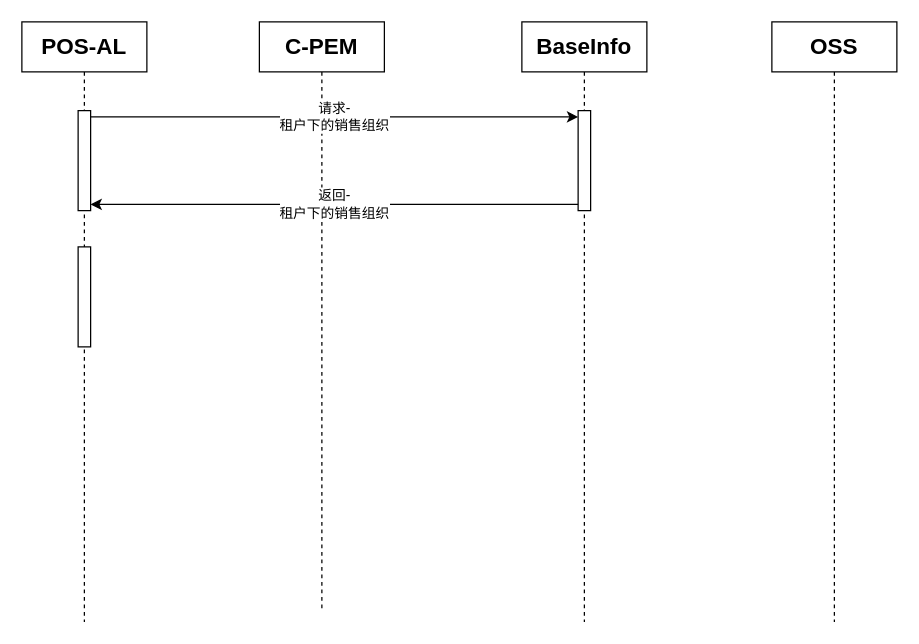
This is page "offline_cashier_timing_diagram" (18 of 23) of authz/Omini-Store.drawio from jackie-thank/beego-authz, a draw.io file, before an edit. Source tidied: cells renumbered, new cells numbered last; positions are measured from the earlier drawing's top-left corner, leaving out a move shared by most shapes. Both pictures are drawn from the tidied source at 125%, with x=0, y=0 at pixel (21, 21).
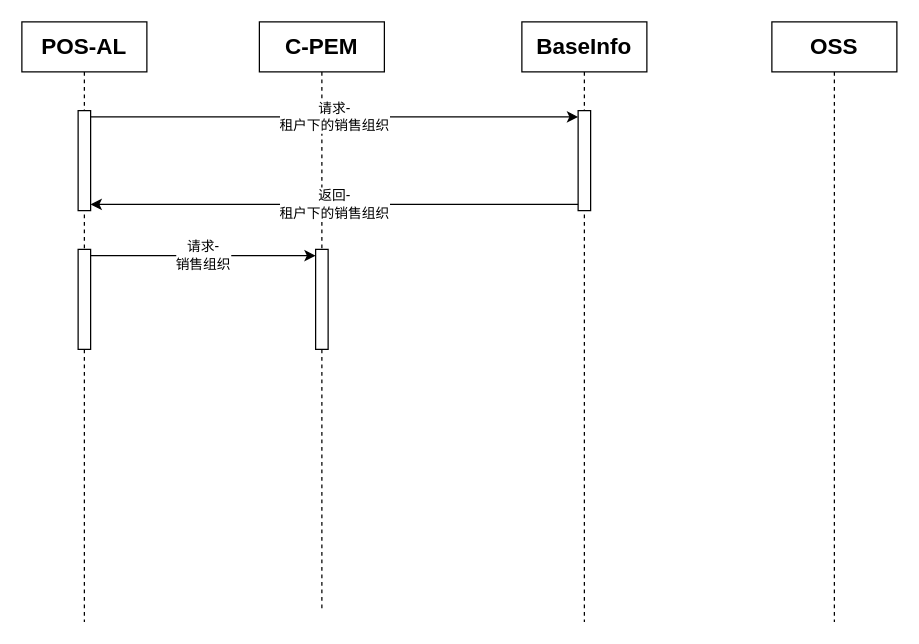
After the change.

Diff of the diagram source:
```diff
@@
 <mxGraphModel>
   <root>
     <mxCell id="0" />
     <mxCell id="1" parent="0" />
     <mxCell id="2" value="POS-AL" style="shape=umlLifeline;perimeter=lifelinePerimeter;whiteSpace=wrap;html=1;newEdgeStyle={&quot;curved&quot;:0,&quot;rounded&quot;:0};fontSize=18;fontStyle=1;" parent="1" vertex="1">
       <mxGeometry width="100" height="480" as="geometry" />
     </mxCell>
     <mxCell id="3" style="html=1;points=[[0,0,0,0,5],[0,1,0,0,-5],[1,0,0,0,5],[1,1,0,0,-5]];perimeter=orthogonalPerimeter;outlineConnect=0;targetShapes=umlLifeline;portConstraint=eastwest;newEdgeStyle={&quot;curved&quot;:0,&quot;rounded&quot;:0};" parent="2" vertex="1">
       <mxGeometry x="45" y="71" width="10" height="80" as="geometry" />
     </mxCell>
     <mxCell id="4" style="html=1;points=[[0,0,0,0,5],[0,1,0,0,-5],[1,0,0,0,5],[1,1,0,0,-5]];perimeter=orthogonalPerimeter;outlineConnect=0;targetShapes=umlLifeline;portConstraint=eastwest;newEdgeStyle={&quot;curved&quot;:0,&quot;rounded&quot;:0};" parent="2" vertex="1">
-      <mxGeometry x="45" y="180" width="10" height="80" as="geometry" />
+      <mxGeometry x="45" y="182" width="10" height="80" as="geometry" />
     </mxCell>
     <mxCell id="5" value="C-PEM" style="shape=umlLifeline;perimeter=lifelinePerimeter;whiteSpace=wrap;html=1;newEdgeStyle={&quot;curved&quot;:0,&quot;rounded&quot;:0};fontSize=18;fontStyle=1;" parent="1" vertex="1">
       <mxGeometry x="190" width="100" height="470" as="geometry" />
     </mxCell>
+    <mxCell id="11" style="html=1;points=[[0,0,0,0,5],[0,1,0,0,-5],[1,0,0,0,5],[1,1,0,0,-5]];perimeter=orthogonalPerimeter;outlineConnect=0;targetShapes=umlLifeline;portConstraint=eastwest;newEdgeStyle={&quot;curved&quot;:0,&quot;rounded&quot;:0};" parent="5" vertex="1">
+      <mxGeometry x="45" y="182" width="10" height="80" as="geometry" />
+    </mxCell>
     <mxCell id="6" value="BaseInfo" style="shape=umlLifeline;perimeter=lifelinePerimeter;whiteSpace=wrap;html=1;newEdgeStyle={&quot;curved&quot;:0,&quot;rounded&quot;:0};fontSize=18;fontStyle=1;" parent="1" vertex="1">
       <mxGeometry x="400" width="100" height="480" as="geometry" />
     </mxCell>
     <mxCell id="7" style="html=1;points=[[0,0,0,0,5],[0,1,0,0,-5],[1,0,0,0,5],[1,1,0,0,-5]];perimeter=orthogonalPerimeter;outlineConnect=0;targetShapes=umlLifeline;portConstraint=eastwest;newEdgeStyle={&quot;curved&quot;:0,&quot;rounded&quot;:0};" parent="6" vertex="1">
       <mxGeometry x="45" y="71" width="10" height="80" as="geometry" />
     </mxCell>
     <mxCell id="8" value="OSS" style="shape=umlLifeline;perimeter=lifelinePerimeter;whiteSpace=wrap;html=1;newEdgeStyle={&quot;curved&quot;:0,&quot;rounded&quot;:0};fontSize=18;fontStyle=1;" parent="1" vertex="1">
       <mxGeometry x="600" width="100" height="480" as="geometry" />
     </mxCell>
     <mxCell id="9" value="请求-&lt;br&gt;租户下的销售组织" style="edgeStyle=orthogonalEdgeStyle;rounded=0;jettySize=auto;html=1;curved=0;exitX=1;exitY=0;exitDx=0;exitDy=5;exitPerimeter=0;entryX=0;entryY=0;entryDx=0;entryDy=5;entryPerimeter=0;" parent="1" edge="1" source="3" target="7">
       <mxGeometry relative="1" as="geometry" />
     </mxCell>
     <mxCell id="10" value="返回-&lt;br&gt;租户下的销售组织" style="edgeStyle=orthogonalEdgeStyle;rounded=0;jettySize=auto;html=1;curved=0;exitX=0;exitY=1;exitDx=0;exitDy=-5;exitPerimeter=0;entryX=1;entryY=1;entryDx=0;entryDy=-5;entryPerimeter=0;" parent="1" edge="1" source="7" target="3">
       <mxGeometry relative="1" as="geometry" />
     </mxCell>
+    <mxCell id="12" value="请求-&lt;br&gt;销售组织" style="edgeStyle=orthogonalEdgeStyle;rounded=0;jettySize=auto;html=1;curved=0;exitX=1;exitY=0;exitDx=0;exitDy=5;exitPerimeter=0;entryX=0;entryY=0;entryDx=0;entryDy=5;entryPerimeter=0;" parent="1" edge="1" source="4" target="11">
+      <mxGeometry relative="1" as="geometry" />
+    </mxCell>
   </root>
 </mxGraphModel>
```
